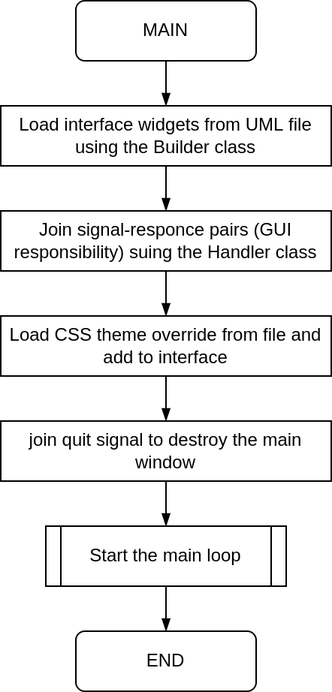
Above: diagrams/images/main.png in AmalDokkar/CS-IA (draw.io), before the change. Source tidied: cells renumbered, new cells last; positions are measured from the earlier drawing's top-left corner, leaving out a move shared by most shapes. Its diagram source:
```xml
<mxGraphModel>
  <root>
    <mxCell id="0" />
    <mxCell id="1" parent="0" />
    <mxCell id="2" style="edgeStyle=orthogonalEdgeStyle;rounded=0;jettySize=auto;html=1;entryX=0.5;entryY=0;entryDx=0;entryDy=0;endArrow=blockThin;endFill=1;" parent="1" edge="1" source="3" target="5">
      <mxGeometry relative="1" as="geometry" />
    </mxCell>
    <mxCell id="3" value="MAIN" style="rounded=1;whiteSpace=wrap;html=1;" parent="1" vertex="1">
      <mxGeometry x="50" width="120" height="40" as="geometry" />
    </mxCell>
    <mxCell id="4" style="edgeStyle=orthogonalEdgeStyle;rounded=0;jettySize=auto;html=1;entryX=0.5;entryY=0;entryDx=0;entryDy=0;endArrow=blockThin;endFill=1;" parent="1" edge="1" source="5" target="7">
      <mxGeometry relative="1" as="geometry" />
    </mxCell>
    <mxCell id="5" value="Load interface widgets from UML file using the Builder class" style="rounded=0;whiteSpace=wrap;html=1;" parent="1" vertex="1">
      <mxGeometry y="70" width="220" height="40" as="geometry" />
    </mxCell>
    <mxCell id="6" style="edgeStyle=orthogonalEdgeStyle;rounded=0;jettySize=auto;html=1;entryX=0.5;entryY=0;entryDx=0;entryDy=0;endArrow=blockThin;endFill=1;" parent="1" edge="1" source="7" target="9">
      <mxGeometry relative="1" as="geometry" />
    </mxCell>
    <mxCell id="7" value="Join signal-responce pairs (GUI responsibility) suing the Handler class" style="rounded=0;whiteSpace=wrap;html=1;" parent="1" vertex="1">
      <mxGeometry y="140" width="220" height="40" as="geometry" />
    </mxCell>
    <mxCell id="8" style="edgeStyle=orthogonalEdgeStyle;rounded=0;jettySize=auto;html=1;entryX=0.5;entryY=0;entryDx=0;entryDy=0;endArrow=blockThin;endFill=1;" parent="1" edge="1" source="9" target="11">
      <mxGeometry relative="1" as="geometry" />
    </mxCell>
    <mxCell id="9" value="Load CSS theme override from file and add to interface" style="rounded=0;whiteSpace=wrap;html=1;" parent="1" vertex="1">
      <mxGeometry y="210" width="220" height="40" as="geometry" />
    </mxCell>
    <mxCell id="10" style="edgeStyle=orthogonalEdgeStyle;rounded=0;jettySize=auto;html=1;entryX=0.5;entryY=0;entryDx=0;entryDy=0;endArrow=blockThin;endFill=1;" parent="1" edge="1" source="11" target="13">
      <mxGeometry relative="1" as="geometry" />
    </mxCell>
    <mxCell id="11" value="join quit signal to destroy the main window" style="rounded=0;whiteSpace=wrap;html=1;" parent="1" vertex="1">
      <mxGeometry y="280" width="220" height="40" as="geometry" />
    </mxCell>
    <mxCell id="12" style="edgeStyle=orthogonalEdgeStyle;rounded=0;jettySize=auto;html=1;endArrow=blockThin;endFill=1;" parent="1" edge="1" source="13" target="14">
      <mxGeometry relative="1" as="geometry" />
    </mxCell>
    <mxCell id="13" value="Start the main loop" style="shape=process;whiteSpace=wrap;html=1;backgroundOutline=1;size=0.0625;" parent="1" vertex="1">
      <mxGeometry x="30" y="350" width="160" height="40" as="geometry" />
    </mxCell>
    <mxCell id="14" value="END" style="rounded=1;whiteSpace=wrap;html=1;" parent="1" vertex="1">
      <mxGeometry x="50" y="420" width="120" height="40" as="geometry" />
    </mxCell>
  </root>
</mxGraphModel>
```
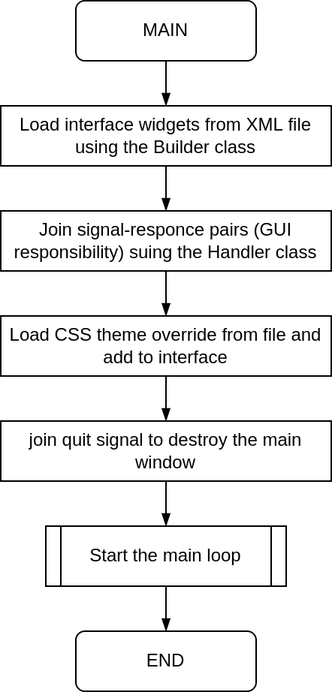
The same diagram one commit later.

The edit, as a diff of the source:
```diff
@@ -11,7 +11,7 @@
     <mxCell id="4" style="edgeStyle=orthogonalEdgeStyle;rounded=0;jettySize=auto;html=1;entryX=0.5;entryY=0;entryDx=0;entryDy=0;endArrow=blockThin;endFill=1;" parent="1" edge="1" source="5" target="7">
       <mxGeometry relative="1" as="geometry" />
     </mxCell>
-    <mxCell id="5" value="Load interface widgets from UML file using the Builder class" style="rounded=0;whiteSpace=wrap;html=1;" parent="1" vertex="1">
+    <mxCell id="5" value="Load interface widgets from XML file using the Builder class" style="rounded=0;whiteSpace=wrap;html=1;" parent="1" vertex="1">
       <mxGeometry y="70" width="220" height="40" as="geometry" />
     </mxCell>
     <mxCell id="6" style="edgeStyle=orthogonalEdgeStyle;rounded=0;jettySize=auto;html=1;entryX=0.5;entryY=0;entryDx=0;entryDy=0;endArrow=blockThin;endFill=1;" parent="1" edge="1" source="7" target="9">
```
